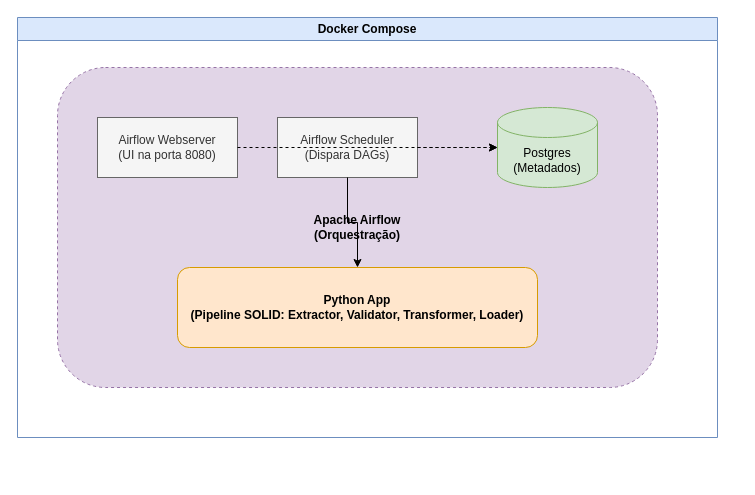
Helfstein-one/locadora-de-carros keeps this draw.io diagram as arquitetura_locadora.drawio. Above is the earlier version. Source tidied: cells renumbered, new cells numbered last; positions are measured from the earlier drawing's top-left corner, leaving out a move shared by most shapes. Both pictures are drawn from the tidied source at 100%, with x=0, y=0 at pixel (17, 17). Pictures stored in the file or linked from it are replaced by grey dashed boxes.
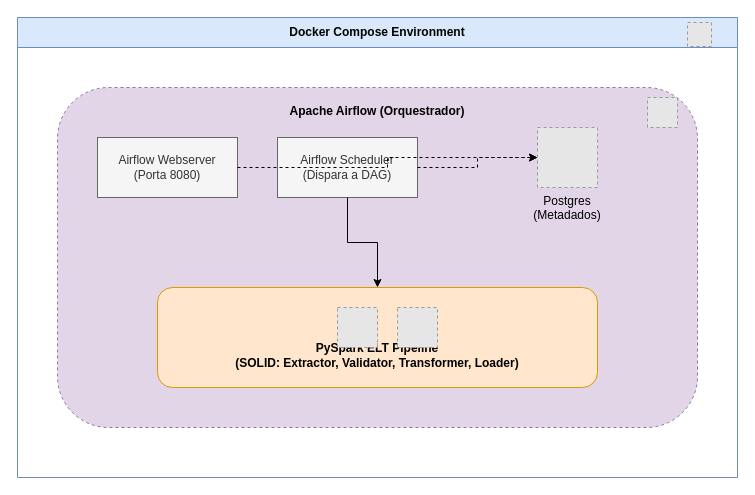
The same diagram, later.

Commit message (it also covers changes not shown here):
docs: adjust sequence diagram, granular pyspark explanations, and drawio with official icons

Diff of the diagram source:
```diff
@@
 <mxGraphModel>
   <root>
     <mxCell id="0" />
     <mxCell id="1" parent="0" />
-    <mxCell id="2" value="Docker Compose" style="swimlane;whiteSpace=wrap;html=1;fillColor=#dae8fc;strokeColor=#6c8ebf;fontStyle=1;" parent="1" vertex="1">
-      <mxGeometry width="700" height="420" as="geometry" />
+    <mxCell id="2" value="Docker Compose Environment" style="swimlane;whiteSpace=wrap;html=1;fillColor=#dae8fc;strokeColor=#6c8ebf;fontStyle=1;startSize=30;" parent="1" vertex="1">
+      <mxGeometry width="720" height="460" as="geometry" />
     </mxCell>
+    <mxCell id="11" style="fillColor=#E6E6E6;strokeColor=#999999;dashed=1;verticalLabelPosition=bottom;verticalAlign=top;" parent="2" vertex="1">
+      <mxGeometry x="670" y="5" width="24" height="24" as="geometry" />
+    </mxCell>
-    <mxCell id="3" value="Apache Airflow&#10;(Orquestração)" style="rounded=1;whiteSpace=wrap;html=1;fillColor=#e1d5e7;strokeColor=#9673a6;dashed=1;fontStyle=1;" parent="2" vertex="1">
-      <mxGeometry x="40" y="50" width="600" height="320" as="geometry" />
+    <mxCell id="3" value="Apache Airflow (Orquestrador)" style="rounded=1;whiteSpace=wrap;html=1;fillColor=#e1d5e7;strokeColor=#9673a6;dashed=1;fontStyle=1;verticalAlign=top;spacingTop=10;" parent="2" vertex="1">
+      <mxGeometry x="40" y="70" width="640" height="340" as="geometry" />
     </mxCell>
+    <mxCell id="12" style="fillColor=#E6E6E6;strokeColor=#999999;dashed=1;verticalLabelPosition=bottom;verticalAlign=top;" parent="3" vertex="1">
+      <mxGeometry x="590" y="10" width="30" height="30" as="geometry" />
+    </mxCell>
-    <mxCell id="4" value="Airflow Webserver&#10;(UI na porta 8080)" style="rounded=0;whiteSpace=wrap;html=1;fillColor=#f5f5f5;fontColor=#333333;strokeColor=#666666;" parent="3" vertex="1">
+    <mxCell id="4" value="Airflow Webserver&#10;(Porta 8080)" style="rounded=0;whiteSpace=wrap;html=1;fillColor=#f5f5f5;fontColor=#333333;strokeColor=#666666;" parent="3" vertex="1">
       <mxGeometry x="40" y="50" width="140" height="60" as="geometry" />
     </mxCell>
-    <mxCell id="5" value="Airflow Scheduler&#10;(Dispara DAGs)" style="rounded=0;whiteSpace=wrap;html=1;fillColor=#f5f5f5;fontColor=#333333;strokeColor=#666666;" parent="3" vertex="1">
+    <mxCell id="5" value="Airflow Scheduler&#10;(Dispara a DAG)" style="rounded=0;whiteSpace=wrap;html=1;fillColor=#f5f5f5;fontColor=#333333;strokeColor=#666666;" parent="3" vertex="1">
       <mxGeometry x="220" y="50" width="140" height="60" as="geometry" />
     </mxCell>
-    <mxCell id="6" value="Postgres&#10;(Metadados)" style="shape=cylinder3;whiteSpace=wrap;html=1;boundedLbl=1;backgroundOutline=1;size=15;fillColor=#d5e8d4;strokeColor=#82b366;" parent="3" vertex="1">
-      <mxGeometry x="440" y="40" width="100" height="80" as="geometry" />
+    <mxCell id="6" value="Postgres&#10;(Metadados)" style="fillColor=#E6E6E6;strokeColor=#999999;dashed=1;verticalLabelPosition=bottom;verticalAlign=top;labelBackgroundColor=none;" parent="3" vertex="1">
+      <mxGeometry x="480" y="40" width="60" height="60" as="geometry" />
     </mxCell>
-    <mxCell id="7" value="Python App&#10;(Pipeline SOLID: Extractor, Validator, Transformer, Loader)" style="rounded=1;whiteSpace=wrap;html=1;fillColor=#ffe6cc;strokeColor=#d79b00;fontStyle=1;" parent="3" vertex="1">
-      <mxGeometry x="120" y="200" width="360" height="80" as="geometry" />
+    <mxCell id="7" value="PySpark ELT Pipeline&#10;(SOLID: Extractor, Validator, Transformer, Loader)" style="rounded=1;whiteSpace=wrap;html=1;fillColor=#ffe6cc;strokeColor=#d79b00;fontStyle=1;verticalAlign=bottom;spacingBottom=15;" parent="3" vertex="1">
+      <mxGeometry x="100" y="200" width="440" height="100" as="geometry" />
     </mxCell>
+    <mxCell id="13" style="fillColor=#E6E6E6;strokeColor=#999999;dashed=1;verticalLabelPosition=bottom;verticalAlign=top;" parent="7" vertex="1">
+      <mxGeometry x="180" y="20" width="40" height="40" as="geometry" />
+    </mxCell>
+    <mxCell id="14" style="fillColor=#E6E6E6;strokeColor=#999999;dashed=1;verticalLabelPosition=bottom;verticalAlign=top;" parent="7" vertex="1">
+      <mxGeometry x="240" y="20" width="40" height="40" as="geometry" />
+    </mxCell>
     <mxCell id="8" style="edgeStyle=orthogonalEdgeStyle;rounded=0;jettySize=auto;html=1;" parent="3" edge="1" source="5" target="7">
       <mxGeometry relative="1" as="geometry" />
     </mxCell>
     <mxCell id="9" style="edgeStyle=orthogonalEdgeStyle;rounded=0;jettySize=auto;html=1;dashed=1;" parent="3" edge="1" source="4" target="6">
       <mxGeometry relative="1" as="geometry" />
     </mxCell>
     <mxCell id="10" style="edgeStyle=orthogonalEdgeStyle;rounded=0;jettySize=auto;html=1;dashed=1;" parent="3" edge="1" source="5" target="6">
       <mxGeometry relative="1" as="geometry" />
     </mxCell>
   </root>
 </mxGraphModel>
```
